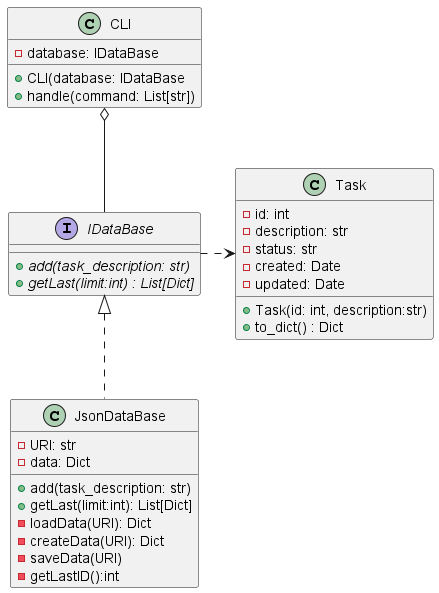
Before: diagrams/out/clases.png, a diagram exported from PlantUML (joaquin-her/task-cli). Its diagram source:
```plantuml
@startuml

class CLI {
- database: IDataBase
+ CLI(database: IDataBase
+ handle(command: List[str])
}

interface IDataBase {
{abstract} + add(task_description: str)
{abstract} + getLast(limit:int) : List[Dict]
}

class JsonDataBase implements IDataBase{
- URI: str
- data: Dict
+ add(task_description: str)
+ getLast(limit:int): List[Dict]
- loadData(URI): Dict
- createData(URI): Dict
- saveData(URI)
- getLastID():int
}





class Task{
- id: int
- description: str
- status: str
- created: Date
- updated: Date
+ Task(id: int, description:str)
+ to_dict() : Dict
}

CLI o-- IDataBase

IDataBase .> Task
@enduml
```
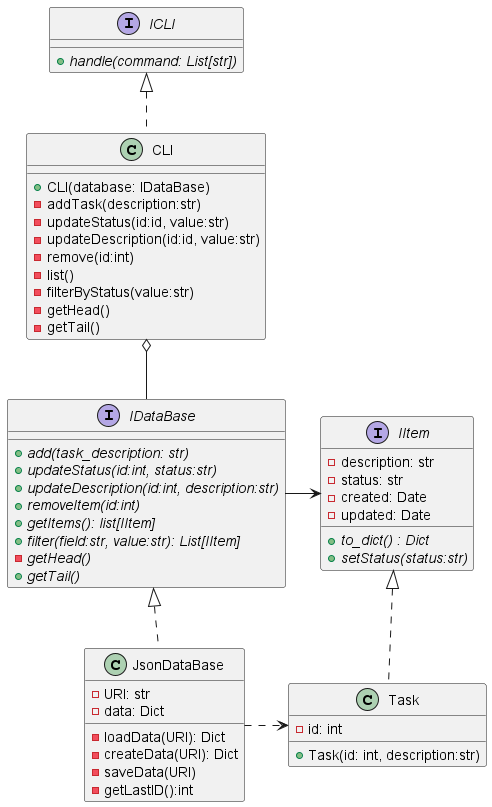
After the commit.

The edit, as a diff of the source:
```diff
@@ -1,42 +1,64 @@
-@startuml
+@startuml clases
 
-class CLI {
-- database: IDataBase
-+ CLI(database: IDataBase
-+ handle(command: List[str])
+interface ICLI {
+{abstract} + handle(command: List[str])
+}
+
+class CLI implements ICLI {
++ CLI(database: IDataBase)
+- addTask(description:str)
+- updateStatus(id:id, value:str)
+- updateDescription(id:id, value:str)
+- remove(id:int)
+- list()
+- filterByStatus(value:str)
+- getHead()
+- getTail()
 }
 
 interface IDataBase {
 {abstract} + add(task_description: str)
-{abstract} + getLast(limit:int) : List[Dict]
+{abstract} + updateStatus(id:int, status:str)
+{abstract} + updateDescription(id:int, description:str)
+{abstract} + removeItem(id:int)
+{abstract} + getItems(): list[IItem]
+{abstract} + filter(field:str, value:str): List[IItem]
+{abstract} - getHead()
+{abstract} + getTail()
 }
 
 class JsonDataBase implements IDataBase{
 - URI: str
 - data: Dict
-+ add(task_description: str)
-+ getLast(limit:int): List[Dict]
+
 - loadData(URI): Dict
 - createData(URI): Dict
 - saveData(URI)
 - getLastID():int
+
 }
 
 
 
 
 
-class Task{
-- id: int
+interface IItem {
 - description: str
 - status: str
 - created: Date
 - updated: Date
+{abstract} + to_dict() : Dict
+{abstract} + setStatus(status:str)
+}
+
+class Task implements IItem{
+- id: int
 + Task(id: int, description:str)
-+ to_dict() : Dict
 }
 
 CLI o-- IDataBase
+IDataBase -> IItem
 
-IDataBase .> Task
+JsonDataBase .> Task
+
 @enduml
```
